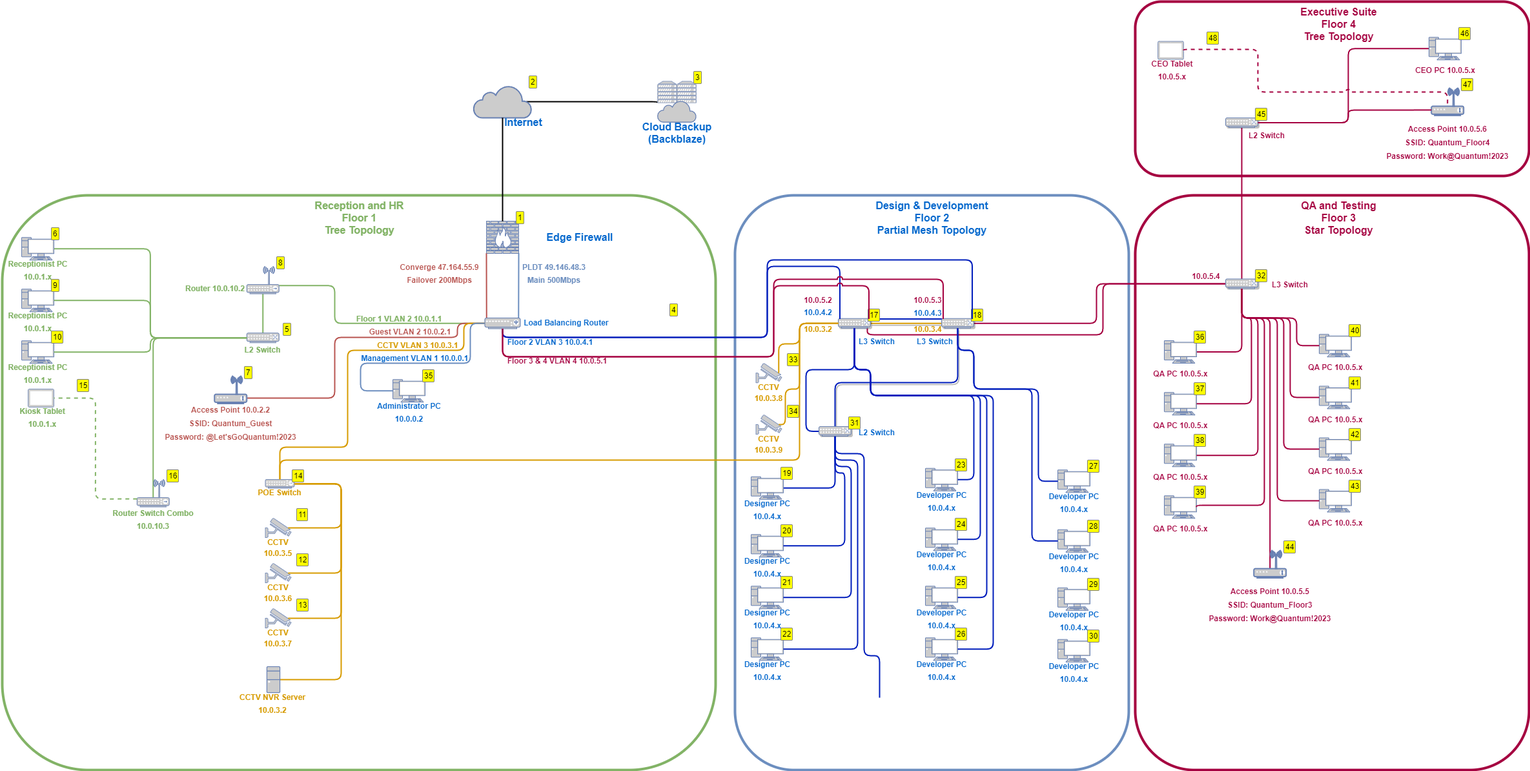
Earlier version of the draw.io export diagram.drawio.png (lemeow125/NetworkDocumentationProject). Source tidied: cells renumbered, new cells last; positions are measured from the earlier drawing's top-left corner, leaving out a move shared by most shapes.
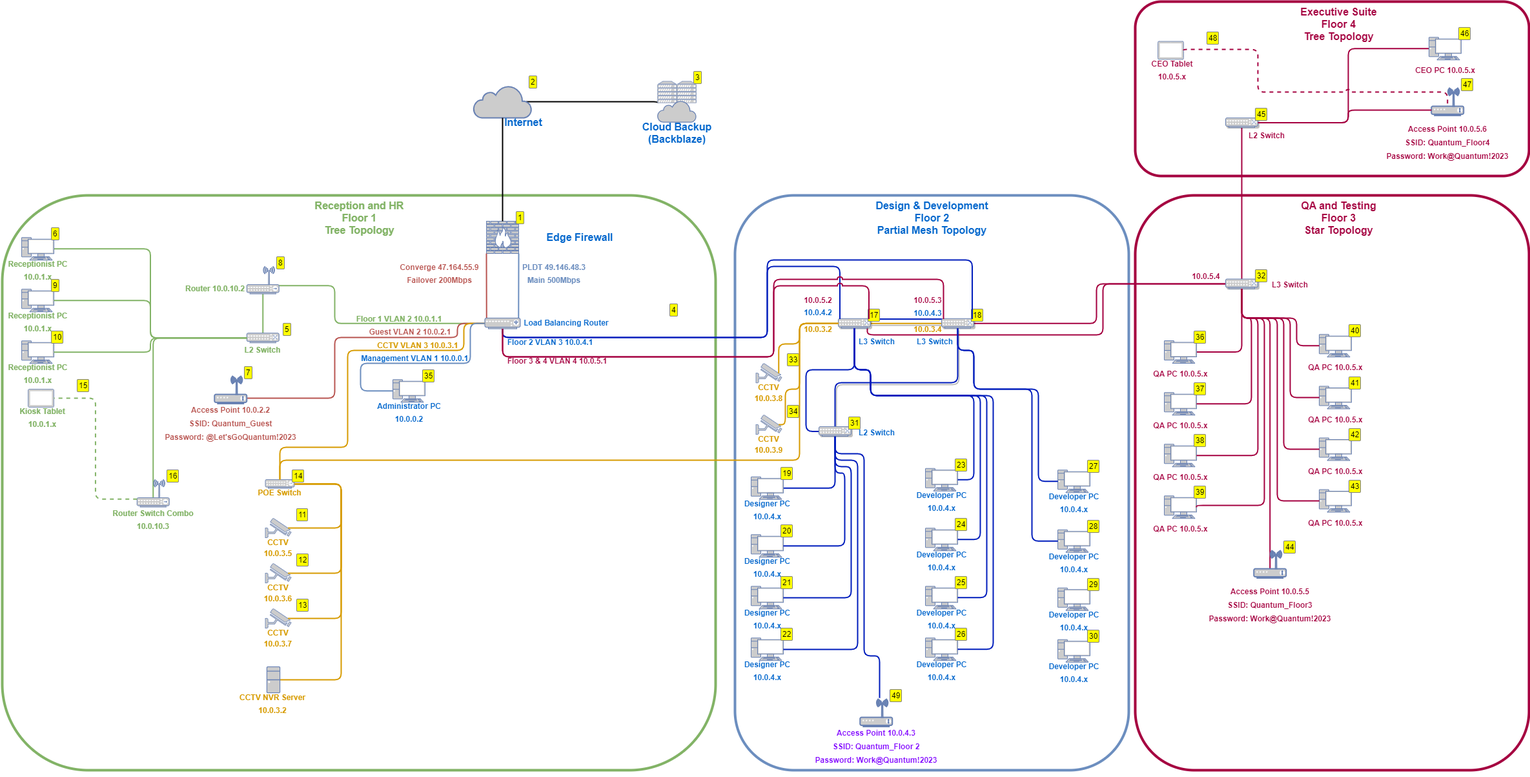
Later version of the same file.

Commit message:
added router in floor 2

Diff of the diagram source:
```diff
@@ -995,5 +995,14 @@
         </Array>
       </mxGeometry>
     </mxCell>
+    <mxCell id="244" style="group;" parent="1" vertex="1">
+      <mxGeometry x="1248" y="1080" width="217.5" height="96.8" as="geometry" />
+    </mxCell>
+    <mxCell id="245" style="fontColor=#0066CC;verticalAlign=top;verticalLabelPosition=bottom;labelPosition=center;align=center;html=1;fillColor=#CCCCCC;strokeColor=#6881B3;gradientColor=none;gradientDirection=north;strokeWidth=2;shape=mxgraph.networks.wireless_modem;comic=0;fontSize=12;enumerate=1;" parent="244" vertex="1">
+      <mxGeometry x="83.8" width="50" height="42.5" as="geometry" />
+    </mxCell>
+    <mxCell id="246" value="&lt;p style=&quot;line-height: 120%;&quot;&gt;&lt;span style=&quot;font-size: 12px;&quot;&gt;&lt;b&gt;&lt;font color=&quot;#7f00ff&quot;&gt;Access Point 10.0.4.3&lt;br&gt;SSID: Quantum_Floor 2&lt;br&gt;Password: Work@Quantum!2023&lt;/font&gt;&lt;br&gt;&lt;/b&gt;&lt;/span&gt;&lt;/p&gt;" style="text;html=1;strokeColor=none;fillColor=none;align=center;verticalAlign=middle;whiteSpace=wrap;rounded=0;comic=0;fontSize=16;fontColor=#82B366;" parent="244" vertex="1">
+      <mxGeometry y="50" width="217.5" height="46.8" as="geometry" />
+    </mxCell>
   </root>
 </mxGraphModel>
```
